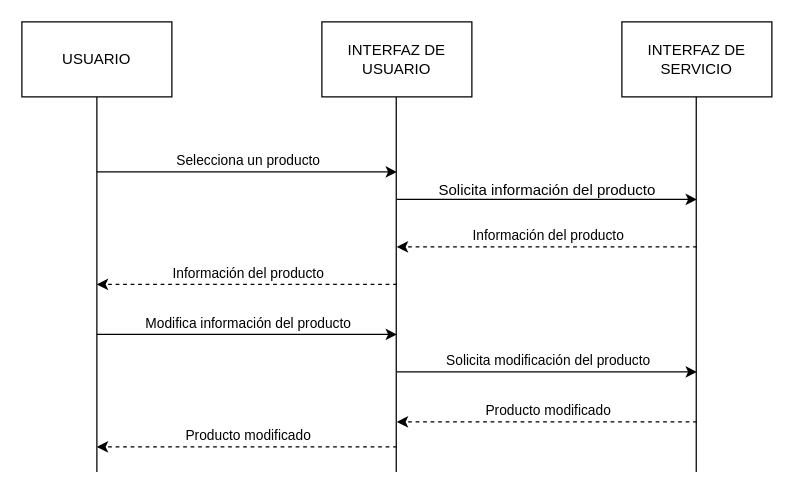
This is diagrams/secuencia/DS-17.drawio from ClaudiaOviedoGovantes/ComercialPostigo, a draw.io file, before an edit. Source tidied: cells renumbered, new cells numbered last; positions are measured from the earlier drawing's top-left corner, leaving out a move shared by most shapes. Both pictures are drawn from the tidied source at 125%, with x=0, y=0 at pixel (21, 21).
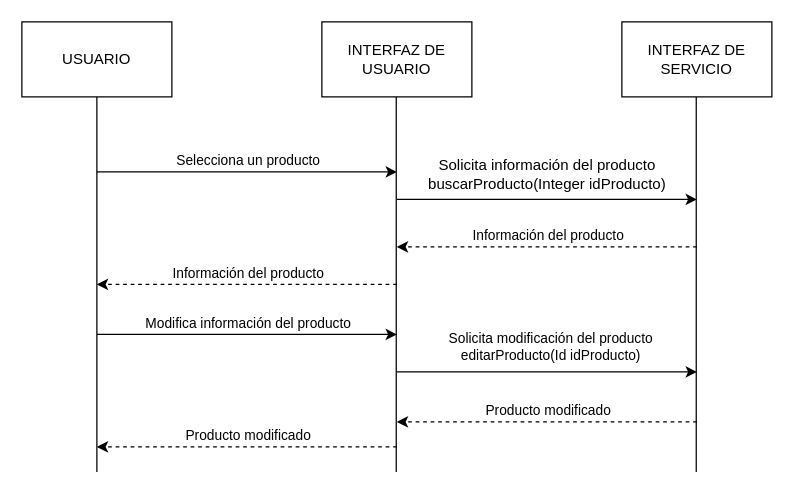
Above is the later version.

Change to the diagram source:
```diff
@@
-    <mxCell id="13" value="Solicita información del producto" style="text;html=1;align=center;verticalAlign=middle;strokeColor=none;fillColor=none;" parent="1" vertex="1">
-      <mxGeometry x="320" y="120" width="200" height="30" as="geometry" />
+    <mxCell id="13" value="Solicita información del producto&lt;div&gt;buscarProducto(Integer idProducto)&lt;/div&gt;" style="text;html=1;align=center;verticalAlign=middle;strokeColor=none;fillColor=none;" parent="1" vertex="1">
+      <mxGeometry x="316" y="101" width="208" height="41" as="geometry" />
     </mxCell>
@@
-    <mxCell id="19" value="Solicita modificación del producto" style="edgeLabel;html=1;align=center;verticalAlign=middle;" parent="1" vertex="1">
-      <mxGeometry x="420" y="270" as="geometry" />
+    <mxCell id="19" value="Solicita modificación del producto&lt;div&gt;editarProducto(Id idProducto)&lt;/div&gt;" style="edgeLabel;html=1;align=center;verticalAlign=middle;" parent="1" vertex="1">
+      <mxGeometry x="422" y="259" as="geometry" />
     </mxCell>
```
